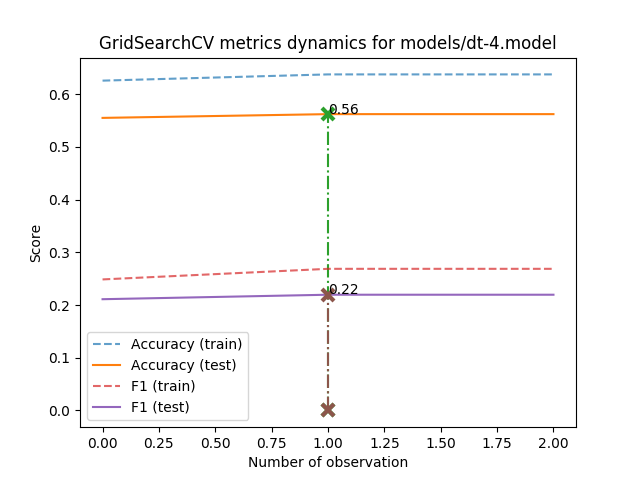
Before: models/dt-4.model_metrics.png, a diagram exported from Graphviz (AverHLV/diploma-computations). Its source is kept beside it as models/dt-4.model.dot.
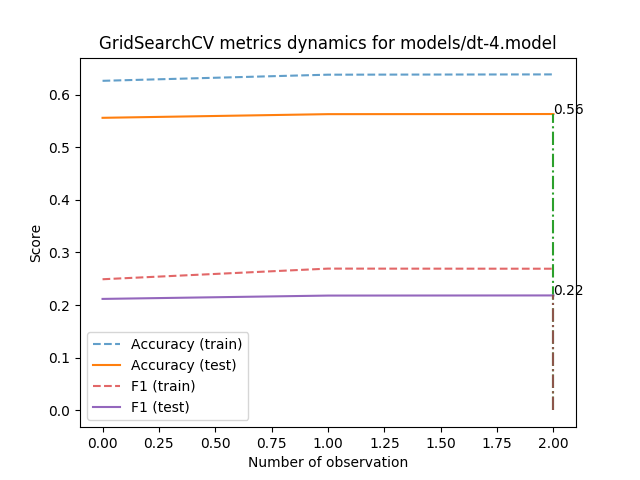
The same diagram one commit later.

Change to the diagram source:
```diff
@@ -1,56 +1,56 @@
 digraph Tree {
 node [shape=box, style="filled", color="black"] ;
-0 [label="Topic <= 0.998\ngini = 0.558\nsamples = 12051\nvalue = [[30, 5156, 687, 4437, 1741]\n[316, 7361, 2413, 804, 1157]\n[145, 6585, 593, 4025, 703]\n...\n[18, 5637, 842, 3963, 1591]\n[9, 135, 60, 43, 11804]\n[18, 1991, 28, 7805, 2209]]", fillcolor="#fffdfb"] ;
-1 [label="ОБ <= -0.369\ngini = 0.542\nsamples = 9269\nvalue = [[25, 4619, 548, 2712, 1365]\n[270, 5794, 1748, 546, 911]\n[127, 5779, 490, 2217, 656]\n...\n[18, 4948, 436, 2533, 1334]\n[8, 117, 38, 33, 9073]\n[17, 1792, 20, 5862, 1578]]", fillcolor="#fdf7f3"] ;
+0 [label="Topic <= 0.998\ngini = 0.558\nsamples = 12051\nvalue = [[28, 5142, 700, 4460, 1721]\n[311, 7372, 2397, 826, 1145]\n[135, 6584, 560, 4084, 688]\n...\n[11, 5628, 836, 3955, 1621]\n[9, 141, 67, 48, 11786]\n[17, 1986, 30, 7785, 2233]]", fillcolor="#fefcfa"] ;
+1 [label="ОБ <= -0.369\ngini = 0.542\nsamples = 9263\nvalue = [[25, 4604, 547, 2733, 1354]\n[260, 5815, 1723, 561, 904]\n[111, 5787, 454, 2271, 640]\n...\n[11, 4950, 437, 2499, 1366]\n[7, 122, 43, 39, 9052]\n[17, 1780, 21, 5851, 1594]]", fillcolor="#fdf5f0"] ;
 0 -> 1 [labeldistance=2.5, labelangle=45, headlabel="True"] ;
-5 [label="НФ <= -0.871\ngini = 0.531\nsamples = 2143\nvalue = [[9, 1212, 80, 435, 407]\n[40, 1448, 218, 148, 289]\n[23, 1322, 73, 463, 262]\n...\n[8, 1140, 79, 552, 364]\n[0, 10, 9, 1, 2123]\n[8, 322, 1, 1220, 592]]", fillcolor="#fdf3ec"] ;
+5 [label="Позафракційні <= -1.95\ngini = 0.53\nsamples = 2160\nvalue = [[9, 1228, 79, 443, 401]\n[34, 1465, 216, 148, 297]\n[22, 1326, 65, 493, 254]\n...\n[7, 1143, 74, 556, 380]\n[1, 15, 8, 1, 2135]\n[9, 318, 1, 1234, 598]]", fillcolor="#fcf0e7"] ;
 1 -> 5 ;
-9 [label="gini = 0.516\nsamples = 401\nvalue = [[2, 128, 9, 160, 102]\n[3, 241, 47, 50, 60]\n[3, 137, 12, 184, 65]\n...\n[1, 104, 13, 182, 101]\n[0, 0, 0, 0, 401]\n[3, 17, 0, 183, 198]]", fillcolor="#fbeee4"] ;
+9 [label="gini = 0.421\nsamples = 206\nvalue = [[1, 25, 4, 105, 71]\n[0, 116, 37, 32, 21]\n[1, 43, 5, 126, 31]\n...\n[1, 26, 5, 102, 72]\n[0, 0, 0, 0, 206]\n[0, 4, 0, 38, 164]]", fillcolor="#f2c19e"] ;
 5 -> 9 ;
-10 [label="gini = 0.503\nsamples = 1742\nvalue = [[7, 1084, 71, 275, 305]\n[37, 1207, 171, 98, 229]\n[20, 1185, 61, 279, 197]\n...\n[7, 1036, 66, 370, 263]\n[0, 10, 9, 1, 1722]\n[5, 305, 1, 1037, 394]]", fillcolor="#fbe9dd"] ;
+10 [label="ВОБ <= -0.559\ngini = 0.514\nsamples = 1954\nvalue = [[8, 1203, 75, 338, 330]\n[34, 1349, 179, 116, 276]\n[21, 1283, 60, 367, 223]\n...\n[6, 1117, 69, 454, 308]\n[1, 15, 8, 1, 1929]\n[9, 314, 1, 1196, 434]]", fillcolor="#fbe9dd"] ;
 5 -> 10 ;
-6 [label="Topic <= -1.596\ngini = 0.535\nsamples = 7126\nvalue = [[16, 3407, 468, 2277, 958]\n[230, 4346, 1530, 398, 622]\n[104, 4457, 417, 1754, 394]\n...\n[10, 3808, 357, 1981, 970]\n[8, 107, 29, 32, 6950]\n[9, 1470, 19, 4642, 986]]", fillcolor="#fdf5ef"] ;
+23 [label="gini = 0.528\nsamples = 459\nvalue = [[0, 238, 14, 109, 98]\n[8, 241, 38, 40, 132]\n[5, 246, 22, 144, 42]\n...\n[1, 221, 14, 167, 56]\n[0, 0, 0, 0, 459]\n[1, 81, 0, 289, 88]]", fillcolor="#fcefe6"] ;
+10 -> 23 ;
+24 [label="gini = 0.493\nsamples = 1495\nvalue = [[8, 965, 61, 229, 232]\n[26, 1108, 141, 76, 144]\n[16, 1037, 38, 223, 181]\n...\n[5, 896, 55, 287, 252]\n[1, 15, 8, 1, 1470]\n[8, 233, 1, 907, 346]]", fillcolor="#f9e0cf"] ;
+10 -> 24 ;
+6 [label="Topic <= -1.596\ngini = 0.535\nsamples = 7103\nvalue = [[16, 3376, 468, 2290, 953]\n[226, 4350, 1507, 413, 607]\n[89, 4461, 389, 1778, 386]\n...\n[4, 3807, 363, 1943, 986]\n[6, 107, 35, 38, 6917]\n[8, 1462, 20, 4617, 996]]", fillcolor="#fcf2eb"] ;
 1 -> 6 ;
-7 [label="gini = 0.464\nsamples = 325\nvalue = [[3, 88, 55, 158, 21]\n[3, 243, 55, 10, 14]\n[0, 76, 64, 182, 3]\n...\n[1, 69, 80, 132, 43]\n[0, 24, 1, 16, 284]\n[0, 23, 0, 221, 81]]", fillcolor="#f8dbc7"] ;
+7 [label="gini = 0.465\nsamples = 334\nvalue = [[3, 92, 54, 161, 24]\n[6, 244, 61, 10, 13]\n[0, 85, 59, 187, 3]\n...\n[0, 84, 73, 131, 46]\n[0, 26, 1, 18, 289]\n[0, 24, 0, 228, 82]]", fillcolor="#f6d4bc"] ;
 6 -> 7 ;
-8 [label="НФ <= 0.573\ngini = 0.53\nsamples = 6801\nvalue = [[13, 3319, 413, 2119, 937]\n[227, 4103, 1475, 388, 608]\n[104, 4381, 353, 1572, 391]\n...\n[9, 3739, 277, 1849, 927]\n[8, 83, 28, 16, 6666]\n[9, 1447, 19, 4421, 905]]", fillcolor="#fdf3ec"] ;
+8 [label="НФ <= 0.392\ngini = 0.53\nsamples = 6769\nvalue = [[13, 3284, 414, 2129, 929]\n[220, 4106, 1446, 403, 594]\n[89, 4376, 330, 1591, 383]\n...\n[4, 3723, 290, 1812, 940]\n[6, 81, 34, 20, 6628]\n[8, 1438, 20, 4389, 914]]", fillcolor="#fcf0e8"] ;
 6 -> 8 ;
-13 [label="Екогрупа <= -1.414\ngini = 0.521\nsamples = 4653\nvalue = [[5, 2150, 239, 1590, 669]\n[122, 2949, 1020, 241, 321]\n[56, 2969, 222, 1113, 293]\n...\n[8, 2668, 192, 1355, 430]\n[4, 23, 15, 11, 4600]\n[5, 1016, 12, 3063, 557]]", fillcolor="#fcf0e7"] ;
+13 [label="Екогрупа <= -1.626\ngini = 0.52\nsamples = 4110\nvalue = [[4, 1875, 203, 1417, 611]\n[111, 2615, 889, 225, 270]\n[40, 2598, 181, 1015, 276]\n...\n[3, 2325, 188, 1220, 374]\n[3, 18, 16, 12, 4061]\n[5, 933, 12, 2686, 474]]", fillcolor="#fbece1"] ;
 8 -> 13 ;
-15 [label="gini = 0.487\nsamples = 243\nvalue = [[0, 77, 11, 113, 42]\n[3, 159, 35, 6, 40]\n[0, 97, 4, 142, 0]\n...\n[0, 92, 13, 110, 28]\n[0, 1, 0, 0, 242]\n[0, 16, 0, 73, 154]]", fillcolor="#f9e3d3"] ;
+15 [label="gini = 0.461\nsamples = 179\nvalue = [[0, 43, 12, 92, 32]\n[3, 112, 25, 4, 35]\n[0, 49, 3, 127, 0]\n...\n[0, 59, 12, 80, 28]\n[0, 2, 0, 0, 177]\n[0, 11, 0, 34, 134]]", fillcolor="#f6d3b9"] ;
 13 -> 15 ;
-16 [label="gini = 0.516\nsamples = 4410\nvalue = [[5, 2073, 228, 1477, 627]\n[119, 2790, 985, 235, 281]\n[56, 2872, 218, 971, 293]\n...\n[8, 2576, 179, 1245, 402]\n[4, 22, 15, 11, 4358]\n[5, 1000, 12, 2990, 403]]", fillcolor="#fbeee4"] ;
+16 [label="gini = 0.515\nsamples = 3931\nvalue = [[4, 1832, 191, 1325, 579]\n[108, 2503, 864, 221, 235]\n[40, 2549, 178, 888, 276]\n...\n[3, 2266, 176, 1140, 346]\n[3, 16, 16, 12, 3884]\n[5, 922, 12, 2652, 340]]", fillcolor="#fbeadd"] ;
 13 -> 16 ;
-14 [label="gini = 0.532\nsamples = 2148\nvalue = [[8, 1169, 174, 529, 268]\n[105, 1154, 455, 147, 287]\n[48, 1412, 131, 459, 98]\n...\n[1, 1071, 85, 494, 497]\n[4, 60, 13, 5, 2066]\n[4, 431, 7, 1358, 348]]", fillcolor="#fdf3ed"] ;
+14 [label="gini = 0.531\nsamples = 2659\nvalue = [[9, 1409, 211, 712, 318]\n[109, 1491, 557, 178, 324]\n[49, 1778, 149, 576, 107]\n...\n[1, 1398, 102, 592, 566]\n[3, 63, 18, 8, 2567]\n[3, 505, 8, 1703, 440]]", fillcolor="#fcf1e8"] ;
 8 -> 14 ;
-2 [label="НФ <= -0.149\ngini = 0.524\nsamples = 2782\nvalue = [[5, 537, 139, 1725, 376]\n[46, 1567, 665, 258, 246]\n[18, 806, 103, 1808, 47]\n...\n[0, 689, 406, 1430, 257]\n[1, 18, 22, 10, 2731]\n[1, 199, 8, 1943, 631]]", fillcolor="#fcf1e9"] ;
+2 [label="НФ <= -0.149\ngini = 0.525\nsamples = 2788\nvalue = [[3, 538, 153, 1727, 367]\n[51, 1557, 674, 265, 241]\n[24, 797, 106, 1813, 48]\n...\n[0, 678, 399, 1456, 255]\n[2, 19, 24, 9, 2734]\n[0, 206, 9, 1934, 639]]", fillcolor="#fbeee4"] ;
 0 -> 2 [labeldistance=2.5, labelangle=-45, headlabel="False"] ;
-3 [label="Topic <= 1.016\ngini = 0.46\nsamples = 1880\nvalue = [[1, 151, 59, 1425, 244]\n[20, 1015, 459, 214, 172]\n[1, 339, 43, 1481, 16]\n...\n[0, 328, 248, 1204, 100]\n[0, 1, 2, 1, 1876]\n[1, 61, 3, 1369, 446]]", fillcolor="#f7dac5"] ;
+3 [label="Topic <= 1.016\ngini = 0.459\nsamples = 1872\nvalue = [[0, 150, 62, 1428, 232]\n[25, 993, 468, 222, 164]\n[2, 321, 47, 1479, 23]\n...\n[0, 317, 243, 1218, 94]\n[0, 2, 2, 0, 1868]\n[0, 61, 3, 1357, 451]]", fillcolor="#f6d1b7"] ;
 2 -> 3 ;
-11 [label="Воля <= -0.217\ngini = 0.352\nsamples = 568\nvalue = [[0, 2, 26, 494, 46]\n[6, 400, 8, 98, 56]\n[0, 46, 9, 513, 0]\n...\n[0, 43, 146, 338, 41]\n[0, 0, 0, 0, 568]\n[0, 1, 0, 420, 147]]", fillcolor="#efb387"] ;
+11 [label="Екогрупа <= -0.566\ngini = 0.353\nsamples = 554\nvalue = [[0, 3, 26, 483, 42]\n[7, 389, 9, 98, 51]\n[0, 41, 9, 504, 0]\n...\n[0, 45, 140, 331, 38]\n[0, 0, 0, 0, 554]\n[0, 1, 0, 403, 150]]", fillcolor="#eca470"] ;
 3 -> 11 ;
-23 [label="gini = 0.272\nsamples = 188\nvalue = [[0, 1, 23, 163, 1]\n[2, 98, 1, 52, 35]\n[0, 0, 3, 185, 0]\n...\n[0, 8, 10, 130, 40]\n[0, 0, 0, 0, 188]\n[0, 0, 0, 43, 145]]", fillcolor="#e9965b"] ;
-11 -> 23 ;
-24 [label="gini = 0.327\nsamples = 380\nvalue = [[0, 1, 3, 331, 45]\n[4, 302, 7, 46, 21]\n[0, 46, 6, 328, 0]\n...\n[0, 35, 136, 208, 1]\n[0, 0, 0, 0, 380]\n[0, 1, 0, 377, 2]]", fillcolor="#edaa7a"] ;
-11 -> 24 ;
-12 [label="Воля <= 0.475\ngini = 0.468\nsamples = 1312\nvalue = [[1, 149, 33, 931, 198]\n[14, 615, 451, 116, 116]\n[1, 293, 34, 968, 16]\n...\n[0, 285, 102, 866, 59]\n[0, 1, 2, 1, 1308]\n[1, 60, 3, 949, 299]]", fillcolor="#f8ddc9"] ;
+25 [label="gini = 0.273\nsamples = 188\nvalue = [[0, 1, 23, 163, 1]\n[2, 101, 2, 48, 35]\n[0, 0, 3, 185, 0]\n...\n[0, 8, 11, 132, 37]\n[0, 0, 0, 0, 188]\n[0, 0, 0, 40, 148]]", fillcolor="#e58139"] ;
+11 -> 25 ;
+26 [label="gini = 0.329\nsamples = 366\nvalue = [[0, 2, 3, 320, 41]\n[5, 288, 7, 50, 16]\n[0, 41, 6, 319, 0]\n...\n[0, 37, 129, 199, 1]\n[0, 0, 0, 0, 366]\n[0, 1, 0, 363, 2]]", fillcolor="#ea995f"] ;
+11 -> 26 ;
+12 [label="Воля <= 0.475\ngini = 0.465\nsamples = 1318\nvalue = [[0, 147, 36, 945, 190]\n[18, 604, 459, 124, 113]\n[2, 280, 38, 975, 23]\n...\n[0, 272, 103, 887, 56]\n[0, 2, 2, 0, 1314]\n[0, 60, 3, 954, 301]]", fillcolor="#f6d4bb"] ;
 3 -> 12 ;
-17 [label="Екогрупа <= -1.837\ngini = 0.513\nsamples = 619\nvalue = [[1, 117, 19, 346, 136]\n[9, 375, 129, 41, 65]\n[1, 212, 25, 366, 15]\n...\n[0, 181, 53, 350, 35]\n[0, 1, 2, 1, 615]\n[1, 40, 0, 294, 284]]", fillcolor="#fbede2"] ;
+17 [label="Екогрупа <= -1.837\ngini = 0.51\nsamples = 613\nvalue = [[0, 111, 19, 350, 133]\n[11, 365, 131, 43, 63]\n[2, 197, 30, 362, 22]\n...\n[0, 172, 52, 354, 35]\n[0, 2, 2, 0, 609]\n[0, 38, 0, 290, 285]]", fillcolor="#fae7da"] ;
 12 -> 17 ;
-19 [label="gini = 0.369\nsamples = 254\nvalue = [[0, 4, 1, 189, 60]\n[5, 111, 71, 19, 48]\n[0, 17, 3, 231, 3]\n...\n[0, 19, 14, 214, 7]\n[0, 0, 0, 0, 254]\n[1, 0, 0, 3, 250]]", fillcolor="#f1b991"] ;
+19 [label="gini = 0.363\nsamples = 261\nvalue = [[0, 6, 1, 196, 58]\n[5, 112, 75, 21, 48]\n[0, 14, 4, 240, 3]\n...\n[0, 17, 16, 220, 8]\n[0, 0, 0, 0, 261]\n[0, 0, 0, 3, 258]]", fillcolor="#eda876"] ;
 17 -> 19 ;
-20 [label="gini = 0.52\nsamples = 365\nvalue = [[1, 113, 18, 157, 76]\n[4, 264, 58, 22, 17]\n[1, 195, 22, 135, 12]\n...\n[0, 162, 39, 136, 28]\n[0, 1, 2, 1, 361]\n[0, 40, 0, 291, 34]]", fillcolor="#fcefe6"] ;
+20 [label="gini = 0.521\nsamples = 352\nvalue = [[0, 105, 18, 154, 75]\n[6, 253, 56, 22, 15]\n[2, 183, 26, 122, 19]\n...\n[0, 155, 36, 134, 27]\n[0, 2, 2, 0, 348]\n[0, 38, 0, 287, 27]]", fillcolor="#fbece1"] ;
 17 -> 20 ;
-18 [label="НФ <= -1.592\ngini = 0.383\nsamples = 693\nvalue = [[0, 32, 14, 585, 62]\n[5, 240, 322, 75, 51]\n[0, 81, 9, 602, 1]\n...\n[0, 104, 49, 516, 24]\n[0, 0, 0, 0, 693]\n[0, 20, 3, 655, 15]]", fillcolor="#f2be99"] ;
+18 [label="gini = 0.383\nsamples = 705\nvalue = [[0, 36, 17, 595, 57]\n[7, 239, 328, 81, 50]\n[0, 83, 8, 613, 1]\n...\n[0, 100, 51, 533, 21]\n[0, 0, 0, 0, 705]\n[0, 22, 3, 664, 16]]", fillcolor="#efb184"] ;
 12 -> 18 ;
-25 [label="gini = 0.213\nsamples = 199\nvalue = [[0, 0, 0, 189, 10]\n[2, 37, 111, 34, 15]\n[0, 0, 0, 199, 0]\n...\n[0, 15, 15, 167, 2]\n[0, 0, 0, 0, 199]\n[0, 0, 0, 196, 3]]", fillcolor="#e58139"] ;
-18 -> 25 ;
-26 [label="gini = 0.409\nsamples = 494\nvalue = [[0, 32, 14, 396, 52]\n[3, 203, 211, 41, 36]\n[0, 81, 9, 403, 1]\n...\n[0, 89, 34, 349, 22]\n[0, 0, 0, 0, 494]\n[0, 20, 3, 459, 12]]", fillcolor="#f4c8a8"] ;
-18 -> 26 ;
-4 [label="Topic <= 1.016\ngini = 0.564\nsamples = 902\nvalue = [[4, 386, 80, 300, 132]\n[26, 552, 206, 44, 74]\n[17, 467, 60, 327, 31]\n...\n[0, 361, 158, 226, 157]\n[1, 17, 20, 9, 855]\n[0, 138, 5, 574, 185]]", fillcolor="#ffffff"] ;
+4 [label="Topic <= 1.016\ngini = 0.565\nsamples = 916\nvalue = [[3, 388, 91, 299, 135]\n[26, 564, 206, 43, 77]\n[22, 476, 59, 334, 25]\n...\n[0, 361, 156, 238, 161]\n[2, 17, 22, 9, 866]\n[0, 145, 6, 577, 188]]", fillcolor="#ffffff"] ;
 2 -> 4 ;
-21 [label="gini = 0.284\nsamples = 90\nvalue = [[0, 24, 17, 45, 4]\n[1, 73, 1, 5, 10]\n[0, 6, 0, 84, 0]\n...\n[0, 7, 66, 17, 0]\n[0, 0, 0, 0, 90]\n[0, 0, 0, 33, 57]]", fillcolor="#ea9b61"] ;
+21 [label="gini = 0.272\nsamples = 93\nvalue = [[0, 20, 22, 47, 4]\n[1, 75, 1, 6, 10]\n[0, 4, 0, 89, 0]\n...\n[0, 8, 66, 19, 0]\n[0, 0, 0, 0, 93]\n[0, 0, 0, 30, 63]]", fillcolor="#e58139"] ;
 4 -> 21 ;
-22 [label="gini = 0.56\nsamples = 812\nvalue = [[4, 362, 63, 255, 128]\n[25, 479, 205, 39, 64]\n[17, 461, 60, 243, 31]\n...\n[0, 354, 92, 209, 157]\n[1, 17, 20, 9, 765]\n[0, 138, 5, 541, 128]]", fillcolor="#fffdfd"] ;
+22 [label="gini = 0.561\nsamples = 823\nvalue = [[3, 368, 69, 252, 131]\n[25, 489, 205, 37, 67]\n[22, 472, 59, 245, 25]\n...\n[0, 353, 90, 219, 161]\n[2, 17, 22, 9, 773]\n[0, 145, 6, 547, 125]]", fillcolor="#fffdfc"] ;
 4 -> 22 ;
 }
```
